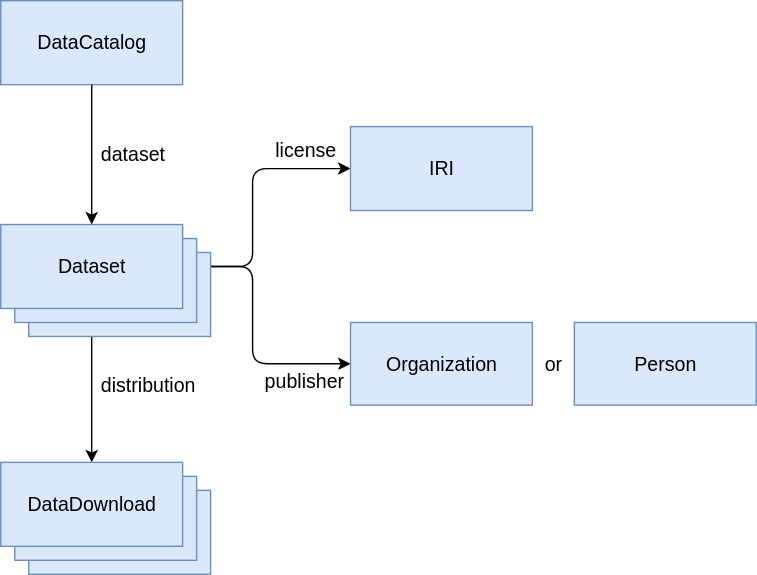
Earlier version of the draw.io export model.svg (netwerk-digitaal-erfgoed/requirements-datasets). Source tidied: cells renumbered, new cells last; positions are measured from the earlier drawing's top-left corner, leaving out a move shared by most shapes.
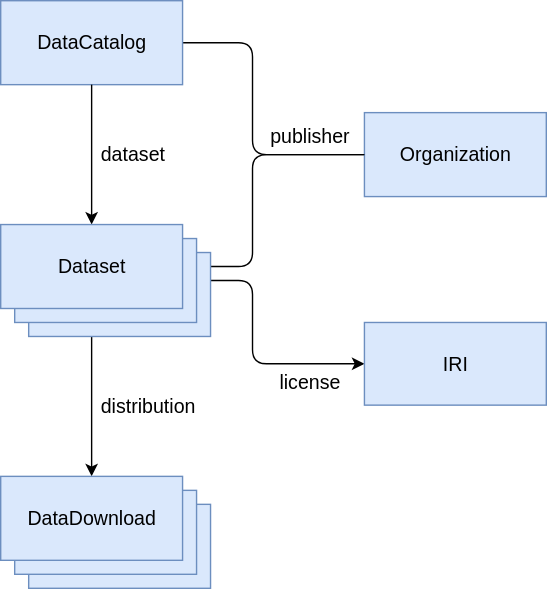
The same diagram one commit later.

Commit message:
deploy: 87d627fb9376c78f8bdba59506fb9e6f7fc2dccb

What changed in the source:
```diff
@@ -2,65 +2,78 @@
   <root>
     <mxCell id="0" />
     <mxCell id="1" parent="0" />
-    <mxCell id="2" value="DataDownload" style="fillColor=#dae8fc;strokeColor=#6c8ebf;labelBackgroundColor=none;html=1;fontSize=14;" parent="1" vertex="1">
-      <mxGeometry x="20" y="350" width="130" height="60" as="geometry" />
-    </mxCell>
-    <mxCell id="3" value="DataDownload" style="fillColor=#dae8fc;strokeColor=#6c8ebf;labelBackgroundColor=none;html=1;fontSize=14;" parent="1" vertex="1">
-      <mxGeometry x="10" y="340" width="130" height="60" as="geometry" />
-    </mxCell>
+    <mxCell id="18" style="edgeStyle=orthogonalEdgeStyle;rounded=1;jettySize=auto;html=1;exitX=1;exitY=0.5;exitDx=0;exitDy=0;entryX=0;entryY=0.5;entryDx=0;entryDy=0;endArrow=none;endFill=0;strokeColor=default;" parent="1" edge="1" source="15" target="9">
+      <mxGeometry relative="1" as="geometry">
+        <Array as="points">
+          <mxPoint x="180" y="190" />
+          <mxPoint x="180" y="110" />
+        </Array>
+      </mxGeometry>
+    </mxCell>
     <mxCell id="4" value="distribution" style="edgeStyle=orthogonalEdgeStyle;rounded=0;jettySize=auto;html=1;labelBackgroundColor=none;align=left;fontSize=14;" parent="1" edge="1" source="15" target="10">
-      <mxGeometry y="5" relative="1" as="geometry" />
+      <mxGeometry x="0.17" y="5" relative="1" as="geometry" />
     </mxCell>
     <mxCell id="5" style="edgeStyle=orthogonalEdgeStyle;rounded=1;comic=0;jettySize=auto;html=1;entryX=0;entryY=0.5;entryDx=0;entryDy=0;labelBackgroundColor=none;endArrow=classic;endFill=1;fontSize=14;align=center;" parent="1" edge="1" source="15" target="8">
       <mxGeometry relative="1" as="geometry">
         <Array as="points">
-          <mxPoint x="180" y="190" />
-          <mxPoint x="180" y="259" />
+          <mxPoint x="180" y="200" />
+          <mxPoint x="180" y="260" />
         </Array>
       </mxGeometry>
     </mxCell>
-    <mxCell id="6" value="publisher" style="edgeLabel;html=1;align=center;verticalAlign=middle;fontSize=14;spacingTop=0;" parent="5" vertex="1">
-      <mxGeometry x="0.57" relative="1" as="geometry">
-        <mxPoint x="8.1" y="12.5" as="offset" />
-      </mxGeometry>
-    </mxCell>
-    <mxCell id="7" value="license" style="edgeStyle=orthogonalEdgeStyle;rounded=1;comic=0;jettySize=auto;html=1;entryX=0;entryY=0.5;entryDx=0;entryDy=0;labelBackgroundColor=none;endArrow=classic;endFill=1;fontSize=14;align=center;" parent="1" edge="1" source="15" target="9">
-      <mxGeometry x="0.66" y="13" relative="1" as="geometry">
-        <Array as="points">
-          <mxPoint x="180" y="190" />
-          <mxPoint x="180" y="120" />
-        </Array>
+    <mxCell id="7" value="&lt;font style=&quot;font-size: 14px&quot;&gt;license&lt;/font&gt;" style="edgeLabel;html=1;align=center;verticalAlign=middle;spacingTop=5;" parent="5" vertex="1">
+      <mxGeometry x="0.59" y="2" relative="1" as="geometry">
+        <mxPoint x="-1" y="12" as="offset" />
       </mxGeometry>
     </mxCell>
-    <mxCell id="8" value="&lt;font style=&quot;font-size: 14px&quot;&gt;Organization&lt;/font&gt;" style="html=1;fillColor=#dae8fc;strokeColor=#6c8ebf;fontSize=14;" parent="1" vertex="1">
-      <mxGeometry x="250" y="230" width="130" height="59.1" as="geometry" />
+    <mxCell id="8" value="&lt;font style=&quot;font-size: 14px&quot;&gt;IRI&lt;/font&gt;" style="html=1;fillColor=#dae8fc;strokeColor=#6c8ebf;fontSize=14;" parent="1" vertex="1">
+      <mxGeometry x="260" y="230" width="130" height="59.1" as="geometry" />
     </mxCell>
-    <mxCell id="9" value="IRI" style="html=1;fillColor=#dae8fc;strokeColor=#6c8ebf;fontSize=14;" parent="1" vertex="1">
-      <mxGeometry x="250" y="90" width="130" height="60" as="geometry" />
+    <mxCell id="9" value="Organization" style="html=1;fillColor=#dae8fc;strokeColor=#6c8ebf;fontSize=14;" parent="1" vertex="1">
+      <mxGeometry x="260" y="80" width="130" height="60" as="geometry" />
     </mxCell>
-    <mxCell id="10" value="DataDownload" style="fillColor=#dae8fc;strokeColor=#6c8ebf;labelBackgroundColor=none;html=1;fontSize=14;" parent="1" vertex="1">
-      <mxGeometry y="330" width="130" height="60" as="geometry" />
-    </mxCell>
-    <mxCell id="11" value="&lt;font style=&quot;font-size: 14px&quot;&gt;Person&lt;/font&gt;" style="html=1;fillColor=#dae8fc;strokeColor=#6c8ebf;fontSize=14;" parent="1" vertex="1">
-      <mxGeometry x="410" y="230" width="130" height="59.1" as="geometry" />
-    </mxCell>
-    <mxCell id="12" value="&lt;font style=&quot;font-size: 14px&quot;&gt;or&lt;/font&gt;" style="text;html=1;align=center;verticalAlign=middle;" parent="1" vertex="1">
-      <mxGeometry x="380" y="249.5" width="30" height="20" as="geometry" />
-    </mxCell>
+    <mxCell id="19" style="edgeStyle=orthogonalEdgeStyle;rounded=1;jettySize=auto;html=1;endArrow=none;endFill=0;strokeColor=default;entryX=0;entryY=0.5;entryDx=0;entryDy=0;" parent="1" edge="1" source="16" target="9">
+      <mxGeometry relative="1" as="geometry">
+        <Array as="points">
+          <mxPoint x="180" y="30" />
+          <mxPoint x="180" y="110" />
+        </Array>
+      </mxGeometry>
+    </mxCell>
+    <mxCell id="6" value="&lt;font style=&quot;font-size: 14px&quot;&gt;publisher&lt;/font&gt;" style="edgeLabel;html=1;align=center;verticalAlign=middle;spacingBottom=7;spacingLeft=2;" parent="19" vertex="1">
+      <mxGeometry x="0.71" y="2" relative="1" as="geometry">
+        <mxPoint x="-11" y="-8" as="offset" />
+      </mxGeometry>
+    </mxCell>
+    <mxCell id="16" value="DataCatalog" style="html=1;fillColor=#dae8fc;strokeColor=#6c8ebf;fontSize=14;" parent="1" vertex="1">
+      <mxGeometry width="130" height="60" as="geometry" />
+    </mxCell>
+    <mxCell id="17" value="dataset" style="edgeStyle=orthogonalEdgeStyle;rounded=0;jettySize=auto;html=1;labelBackgroundColor=none;align=left;fontSize=14;" parent="1" edge="1" source="16" target="15">
+      <mxGeometry y="5" relative="1" as="geometry" />
+    </mxCell>
+    <mxCell id="20" style="group;" parent="1" vertex="1">
+      <mxGeometry y="160" width="150" height="80" as="geometry" />
+    </mxCell>
-    <mxCell id="13" value="DataDownload" style="fillColor=#dae8fc;strokeColor=#6c8ebf;labelBackgroundColor=none;html=1;fontSize=14;" parent="1" vertex="1">
-      <mxGeometry x="20" y="180" width="130" height="60" as="geometry" />
+    <mxCell id="13" value="DataDownload" style="fillColor=#dae8fc;strokeColor=#6c8ebf;labelBackgroundColor=none;html=1;fontSize=14;" parent="20" vertex="1">
+      <mxGeometry x="20" y="20" width="130" height="60" as="geometry" />
     </mxCell>
-    <mxCell id="14" style="fillColor=#dae8fc;strokeColor=#6c8ebf;labelBackgroundColor=none;html=1;fontSize=14;" parent="1" vertex="1">
-      <mxGeometry x="10" y="170" width="130" height="60" as="geometry" />
+    <mxCell id="14" style="fillColor=#dae8fc;strokeColor=#6c8ebf;labelBackgroundColor=none;html=1;fontSize=14;" parent="20" vertex="1">
+      <mxGeometry x="10" y="10" width="130" height="60" as="geometry" />
     </mxCell>
-    <mxCell id="15" value="Dataset" style="html=1;fillColor=#dae8fc;strokeColor=#6c8ebf;fontSize=14;" parent="1" vertex="1">
-      <mxGeometry y="160" width="130" height="60" as="geometry" />
+    <mxCell id="15" value="Dataset" style="html=1;fillColor=#dae8fc;strokeColor=#6c8ebf;fontSize=14;" parent="20" vertex="1">
+      <mxGeometry width="130" height="60" as="geometry" />
     </mxCell>
-    <mxCell id="16" value="DataCatalog" style="html=1;fillColor=#dae8fc;strokeColor=#6c8ebf;fontSize=14;" parent="1" vertex="1">
-      <mxGeometry width="130" height="60" as="geometry" />
-    </mxCell>
-    <mxCell id="17" value="dataset" style="edgeStyle=orthogonalEdgeStyle;rounded=0;jettySize=auto;html=1;labelBackgroundColor=none;align=left;fontSize=14;" parent="1" edge="1" source="16" target="15">
-      <mxGeometry y="5" relative="1" as="geometry" />
-    </mxCell>
+    <mxCell id="21" style="group;" parent="1" vertex="1">
+      <mxGeometry y="340" width="150" height="80" as="geometry" />
+    </mxCell>
+    <mxCell id="2" value="DataDownload" style="fillColor=#dae8fc;strokeColor=#6c8ebf;labelBackgroundColor=none;html=1;fontSize=14;" parent="21" vertex="1">
+      <mxGeometry x="20" y="20" width="130" height="60" as="geometry" />
+    </mxCell>
+    <mxCell id="3" value="DataDownload" style="fillColor=#dae8fc;strokeColor=#6c8ebf;labelBackgroundColor=none;html=1;fontSize=14;" parent="21" vertex="1">
+      <mxGeometry x="10" y="10" width="130" height="60" as="geometry" />
+    </mxCell>
+    <mxCell id="10" value="DataDownload" style="fillColor=#dae8fc;strokeColor=#6c8ebf;labelBackgroundColor=none;html=1;fontSize=14;" parent="21" vertex="1">
+      <mxGeometry width="130" height="60" as="geometry" />
+    </mxCell>
   </root>
 </mxGraphModel>
```
